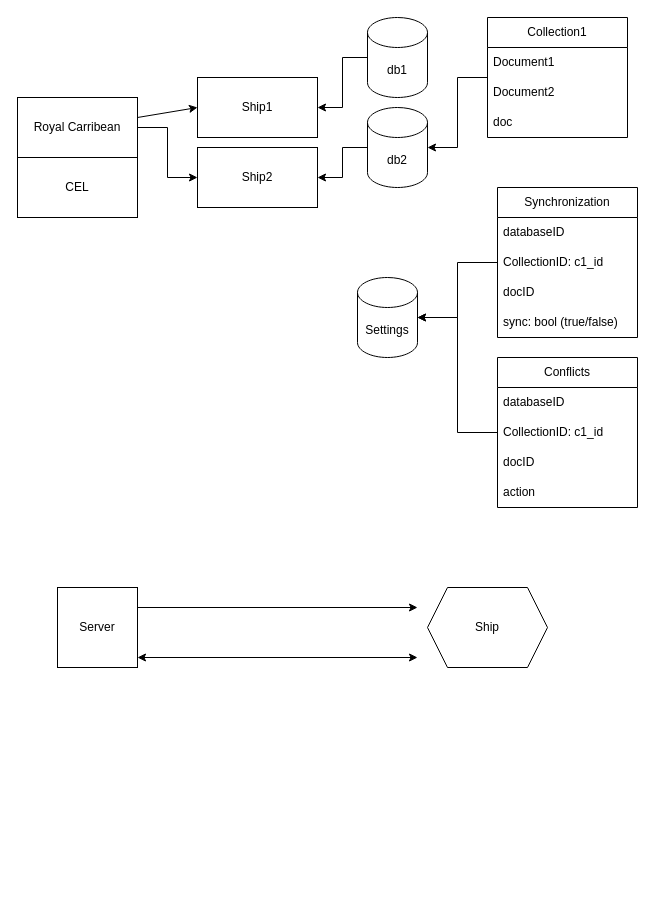
Above: Sync.drawio in ngis-code/televolution_Backend (draw.io), before the change. Source tidied: cells renumbered, new cells numbered last; positions are measured from the earlier drawing's top-left corner, leaving out a move shared by most shapes. Both pictures are drawn from the tidied source at 100%, with x=0, y=0 at pixel (17, 17).
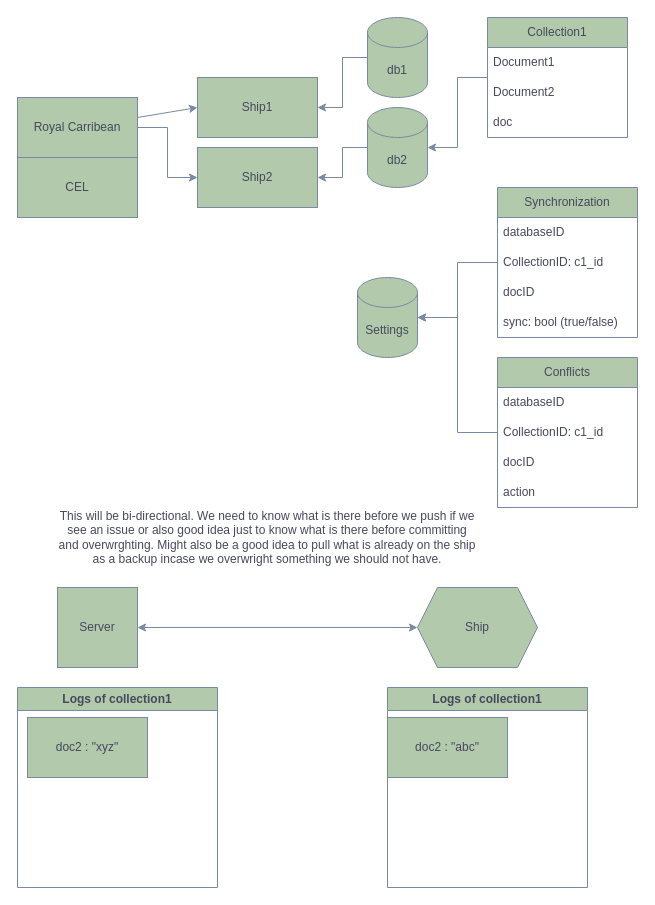
Above is the later version.

Change to the diagram source:
```diff
@@
-    <mxCell id="2" style="edgeStyle=orthogonalEdgeStyle;rounded=0;jettySize=auto;html=1;" parent="1" edge="1" source="3" target="6">
+    <mxCell id="2" style="edgeStyle=orthogonalEdgeStyle;rounded=0;jettySize=auto;html=1;labelBackgroundColor=none;strokeColor=#788AA3;fontColor=default;" parent="1" edge="1" source="3" target="6">
       <mxGeometry relative="1" as="geometry" />
     </mxCell>
-    <mxCell id="3" value="Royal Carribean" style="rounded=0;whiteSpace=wrap;html=1;" parent="1" vertex="1">
+    <mxCell id="3" value="Royal Carribean" style="rounded=0;whiteSpace=wrap;html=1;labelBackgroundColor=none;fillColor=#B2C9AB;strokeColor=#788AA3;fontColor=#46495D;" parent="1" vertex="1">
       <mxGeometry y="80" width="120" height="60" as="geometry" />
     </mxCell>
-    <mxCell id="4" value="CEL" style="rounded=0;whiteSpace=wrap;html=1;" parent="1" vertex="1">
+    <mxCell id="4" value="CEL" style="rounded=0;whiteSpace=wrap;html=1;labelBackgroundColor=none;fillColor=#B2C9AB;strokeColor=#788AA3;fontColor=#46495D;" parent="1" vertex="1">
       <mxGeometry y="140" width="120" height="60" as="geometry" />
     </mxCell>
-    <mxCell id="5" value="Ship1" style="rounded=0;whiteSpace=wrap;html=1;" parent="1" vertex="1">
+    <mxCell id="5" value="Ship1" style="rounded=0;whiteSpace=wrap;html=1;labelBackgroundColor=none;fillColor=#B2C9AB;strokeColor=#788AA3;fontColor=#46495D;" parent="1" vertex="1">
       <mxGeometry x="180" y="60" width="120" height="60" as="geometry" />
     </mxCell>
-    <mxCell id="6" value="Ship2" style="rounded=0;whiteSpace=wrap;html=1;" parent="1" vertex="1">
+    <mxCell id="6" value="Ship2" style="rounded=0;whiteSpace=wrap;html=1;labelBackgroundColor=none;fillColor=#B2C9AB;strokeColor=#788AA3;fontColor=#46495D;" parent="1" vertex="1">
       <mxGeometry x="180" y="130" width="120" height="60" as="geometry" />
     </mxCell>
-    <mxCell id="7" style="endArrow=classic;html=1;rounded=0;entryX=0;entryY=0.5;entryDx=0;entryDy=0;" parent="1" edge="1" source="3" target="5">
+    <mxCell id="7" style="endArrow=classic;html=1;rounded=0;entryX=0;entryY=0.5;entryDx=0;entryDy=0;labelBackgroundColor=none;strokeColor=#788AA3;fontColor=default;" parent="1" edge="1" source="3" target="5">
       <mxGeometry relative="1" as="geometry" />
     </mxCell>
-    <mxCell id="8" style="edgeStyle=orthogonalEdgeStyle;rounded=0;jettySize=auto;html=1;" parent="1" edge="1" source="9" target="5">
+    <mxCell id="8" style="edgeStyle=orthogonalEdgeStyle;rounded=0;jettySize=auto;html=1;labelBackgroundColor=none;strokeColor=#788AA3;fontColor=default;" parent="1" edge="1" source="9" target="5">
       <mxGeometry relative="1" as="geometry" />
     </mxCell>
-    <mxCell id="9" value="db1" style="shape=cylinder3;whiteSpace=wrap;html=1;boundedLbl=1;backgroundOutline=1;size=15;" parent="1" vertex="1">
+    <mxCell id="9" value="db1" style="shape=cylinder3;whiteSpace=wrap;html=1;boundedLbl=1;backgroundOutline=1;size=15;labelBackgroundColor=none;fillColor=#B2C9AB;strokeColor=#788AA3;fontColor=#46495D;" parent="1" vertex="1">
       <mxGeometry x="350" width="60" height="80" as="geometry" />
     </mxCell>
-    <mxCell id="10" style="edgeStyle=orthogonalEdgeStyle;rounded=0;jettySize=auto;html=1;" parent="1" edge="1" source="11" target="6">
+    <mxCell id="10" style="edgeStyle=orthogonalEdgeStyle;rounded=0;jettySize=auto;html=1;labelBackgroundColor=none;strokeColor=#788AA3;fontColor=default;" parent="1" edge="1" source="11" target="6">
       <mxGeometry relative="1" as="geometry" />
     </mxCell>
-    <mxCell id="11" value="db2" style="shape=cylinder3;whiteSpace=wrap;html=1;boundedLbl=1;backgroundOutline=1;size=15;" parent="1" vertex="1">
+    <mxCell id="11" value="db2" style="shape=cylinder3;whiteSpace=wrap;html=1;boundedLbl=1;backgroundOutline=1;size=15;labelBackgroundColor=none;fillColor=#B2C9AB;strokeColor=#788AA3;fontColor=#46495D;" parent="1" vertex="1">
       <mxGeometry x="350" y="90" width="60" height="80" as="geometry" />
     </mxCell>
-    <mxCell id="12" style="edgeStyle=orthogonalEdgeStyle;rounded=0;jettySize=auto;html=1;" parent="1" edge="1" source="13" target="11">
+    <mxCell id="12" style="edgeStyle=orthogonalEdgeStyle;rounded=0;jettySize=auto;html=1;labelBackgroundColor=none;strokeColor=#788AA3;fontColor=default;" parent="1" edge="1" source="13" target="11">
       <mxGeometry relative="1" as="geometry" />
     </mxCell>
-    <mxCell id="13" value="Collection1" style="swimlane;fontStyle=0;horizontal=1;startSize=30;whiteSpace=wrap;html=1;" parent="1" vertex="1">
+    <mxCell id="13" value="Collection1" style="swimlane;fontStyle=0;horizontal=1;startSize=30;whiteSpace=wrap;html=1;labelBackgroundColor=none;fillColor=#B2C9AB;strokeColor=#788AA3;fontColor=#46495D;" parent="1" vertex="1">
       <mxGeometry x="470" width="140" height="120" as="geometry" />
     </mxCell>
-    <mxCell id="14" value="Document1" style="text;strokeColor=none;fillColor=none;align=left;verticalAlign=middle;spacingLeft=4;spacingRight=4;overflow=hidden;whiteSpace=wrap;html=1;" parent="13" vertex="1">
+    <mxCell id="14" value="Document1" style="text;strokeColor=none;fillColor=none;align=left;verticalAlign=middle;spacingLeft=4;spacingRight=4;overflow=hidden;whiteSpace=wrap;html=1;labelBackgroundColor=none;fontColor=#46495D;" parent="13" vertex="1">
       <mxGeometry y="30" width="140" height="30" as="geometry" />
     </mxCell>
-    <mxCell id="15" value="Document2" style="text;strokeColor=none;fillColor=none;align=left;verticalAlign=middle;spacingLeft=4;spacingRight=4;overflow=hidden;whiteSpace=wrap;html=1;" parent="13" vertex="1">
+    <mxCell id="15" value="Document2" style="text;strokeColor=none;fillColor=none;align=left;verticalAlign=middle;spacingLeft=4;spacingRight=4;overflow=hidden;whiteSpace=wrap;html=1;labelBackgroundColor=none;fontColor=#46495D;" parent="13" vertex="1">
       <mxGeometry y="60" width="140" height="30" as="geometry" />
     </mxCell>
-    <mxCell id="16" value="doc" style="text;strokeColor=none;fillColor=none;align=left;verticalAlign=middle;spacingLeft=4;spacingRight=4;overflow=hidden;whiteSpace=wrap;html=1;" parent="13" vertex="1">
+    <mxCell id="16" value="doc" style="text;strokeColor=none;fillColor=none;align=left;verticalAlign=middle;spacingLeft=4;spacingRight=4;overflow=hidden;whiteSpace=wrap;html=1;labelBackgroundColor=none;fontColor=#46495D;" parent="13" vertex="1">
       <mxGeometry y="90" width="140" height="30" as="geometry" />
     </mxCell>
-    <mxCell id="17" style="endArrow=classic;html=1;rounded=0;" parent="1" edge="1">
-      <mxGeometry relative="1" as="geometry">
-        <mxPoint x="120" y="590" as="sourcePoint" />
-        <mxPoint x="400" y="590" as="targetPoint" />
-      </mxGeometry>
-    </mxCell>
-    <mxCell id="18" style="endArrow=classic;startArrow=classic;html=1;rounded=0;" parent="1" edge="1">
-      <mxGeometry relative="1" as="geometry">
-        <mxPoint x="120" y="640" as="sourcePoint" />
-        <mxPoint x="400" y="640" as="targetPoint" />
-      </mxGeometry>
-    </mxCell>
-    <mxCell id="19" value="Server" style="whiteSpace=wrap;html=1;" parent="1" vertex="1">
+    <mxCell id="19" value="Server" style="whiteSpace=wrap;html=1;labelBackgroundColor=none;fillColor=#B2C9AB;strokeColor=#788AA3;fontColor=#46495D;" parent="1" vertex="1">
       <mxGeometry x="40" y="570" width="80" height="80" as="geometry" />
     </mxCell>
-    <mxCell id="20" value="Ship" style="shape=hexagon;perimeter=hexagonPerimeter2;whiteSpace=wrap;html=1;fixedSize=1;" parent="1" vertex="1">
-      <mxGeometry x="410" y="570" width="120" height="80" as="geometry" />
+    <mxCell id="20" value="Ship" style="shape=hexagon;perimeter=hexagonPerimeter2;whiteSpace=wrap;html=1;fixedSize=1;labelBackgroundColor=none;fillColor=#B2C9AB;strokeColor=#788AA3;fontColor=#46495D;" parent="1" vertex="1">
+      <mxGeometry x="400" y="570" width="120" height="80" as="geometry" />
     </mxCell>
-    <mxCell id="21" value="Settings" style="shape=cylinder3;whiteSpace=wrap;html=1;boundedLbl=1;backgroundOutline=1;size=15;" parent="1" vertex="1">
+    <mxCell id="21" value="Settings" style="shape=cylinder3;whiteSpace=wrap;html=1;boundedLbl=1;backgroundOutline=1;size=15;labelBackgroundColor=none;fillColor=#B2C9AB;strokeColor=#788AA3;fontColor=#46495D;" parent="1" vertex="1">
       <mxGeometry x="340" y="260" width="60" height="80" as="geometry" />
     </mxCell>
-    <mxCell id="22" style="edgeStyle=orthogonalEdgeStyle;rounded=0;jettySize=auto;html=1;" parent="1" edge="1" source="23" target="21">
+    <mxCell id="22" style="edgeStyle=orthogonalEdgeStyle;rounded=0;jettySize=auto;html=1;labelBackgroundColor=none;strokeColor=#788AA3;fontColor=default;" parent="1" edge="1" source="23" target="21">
       <mxGeometry relative="1" as="geometry" />
     </mxCell>
-    <mxCell id="23" value="Synchronization" style="swimlane;fontStyle=0;horizontal=1;startSize=30;whiteSpace=wrap;html=1;" parent="1" vertex="1">
+    <mxCell id="23" value="Synchronization" style="swimlane;fontStyle=0;horizontal=1;startSize=30;whiteSpace=wrap;html=1;labelBackgroundColor=none;fillColor=#B2C9AB;strokeColor=#788AA3;fontColor=#46495D;" parent="1" vertex="1">
       <mxGeometry x="480" y="170" width="140" height="150" as="geometry" />
     </mxCell>
-    <mxCell id="24" value="databaseID" style="text;strokeColor=none;fillColor=none;align=left;verticalAlign=middle;spacingLeft=4;spacingRight=4;overflow=hidden;whiteSpace=wrap;html=1;" parent="23" vertex="1">
+    <mxCell id="24" value="databaseID" style="text;strokeColor=none;fillColor=none;align=left;verticalAlign=middle;spacingLeft=4;spacingRight=4;overflow=hidden;whiteSpace=wrap;html=1;labelBackgroundColor=none;fontColor=#46495D;" parent="23" vertex="1">
       <mxGeometry y="30" width="140" height="30" as="geometry" />
     </mxCell>
-    <mxCell id="25" value="CollectionID: c1_id" style="text;strokeColor=none;fillColor=none;align=left;verticalAlign=middle;spacingLeft=4;spacingRight=4;overflow=hidden;whiteSpace=wrap;html=1;" parent="23" vertex="1">
+    <mxCell id="25" value="CollectionID: c1_id" style="text;strokeColor=none;fillColor=none;align=left;verticalAlign=middle;spacingLeft=4;spacingRight=4;overflow=hidden;whiteSpace=wrap;html=1;labelBackgroundColor=none;fontColor=#46495D;" parent="23" vertex="1">
       <mxGeometry y="60" width="140" height="30" as="geometry" />
     </mxCell>
-    <mxCell id="26" value="docID" style="text;strokeColor=none;fillColor=none;align=left;verticalAlign=middle;spacingLeft=4;spacingRight=4;overflow=hidden;whiteSpace=wrap;html=1;" parent="23" vertex="1">
+    <mxCell id="26" value="docID" style="text;strokeColor=none;fillColor=none;align=left;verticalAlign=middle;spacingLeft=4;spacingRight=4;overflow=hidden;whiteSpace=wrap;html=1;labelBackgroundColor=none;fontColor=#46495D;" parent="23" vertex="1">
       <mxGeometry y="90" width="140" height="30" as="geometry" />
     </mxCell>
-    <mxCell id="27" value="sync: bool (true/false)" style="text;strokeColor=none;fillColor=none;align=left;verticalAlign=middle;spacingLeft=4;spacingRight=4;overflow=hidden;whiteSpace=wrap;html=1;" parent="23" vertex="1">
+    <mxCell id="27" value="sync: bool (true/false)" style="text;strokeColor=none;fillColor=none;align=left;verticalAlign=middle;spacingLeft=4;spacingRight=4;overflow=hidden;whiteSpace=wrap;html=1;labelBackgroundColor=none;fontColor=#46495D;" parent="23" vertex="1">
       <mxGeometry y="120" width="140" height="30" as="geometry" />
     </mxCell>
-    <mxCell id="28" value="Conflicts" style="swimlane;fontStyle=0;horizontal=1;startSize=30;whiteSpace=wrap;html=1;" parent="1" vertex="1">
+    <mxCell id="28" value="Conflicts" style="swimlane;fontStyle=0;horizontal=1;startSize=30;whiteSpace=wrap;html=1;labelBackgroundColor=none;fillColor=#B2C9AB;strokeColor=#788AA3;fontColor=#46495D;" parent="1" vertex="1">
       <mxGeometry x="480" y="340" width="140" height="150" as="geometry" />
     </mxCell>
-    <mxCell id="29" value="databaseID" style="text;strokeColor=none;fillColor=none;align=left;verticalAlign=middle;spacingLeft=4;spacingRight=4;overflow=hidden;whiteSpace=wrap;html=1;" parent="28" vertex="1">
+    <mxCell id="29" value="databaseID" style="text;strokeColor=none;fillColor=none;align=left;verticalAlign=middle;spacingLeft=4;spacingRight=4;overflow=hidden;whiteSpace=wrap;html=1;labelBackgroundColor=none;fontColor=#46495D;" parent="28" vertex="1">
       <mxGeometry y="30" width="140" height="30" as="geometry" />
     </mxCell>
-    <mxCell id="30" value="CollectionID: c1_id" style="text;strokeColor=none;fillColor=none;align=left;verticalAlign=middle;spacingLeft=4;spacingRight=4;overflow=hidden;whiteSpace=wrap;html=1;" parent="28" vertex="1">
+    <mxCell id="30" value="CollectionID: c1_id" style="text;strokeColor=none;fillColor=none;align=left;verticalAlign=middle;spacingLeft=4;spacingRight=4;overflow=hidden;whiteSpace=wrap;html=1;labelBackgroundColor=none;fontColor=#46495D;" parent="28" vertex="1">
       <mxGeometry y="60" width="140" height="30" as="geometry" />
     </mxCell>
-    <mxCell id="31" value="docID" style="text;strokeColor=none;fillColor=none;align=left;verticalAlign=middle;spacingLeft=4;spacingRight=4;overflow=hidden;whiteSpace=wrap;html=1;" parent="28" vertex="1">
+    <mxCell id="31" value="docID" style="text;strokeColor=none;fillColor=none;align=left;verticalAlign=middle;spacingLeft=4;spacingRight=4;overflow=hidden;whiteSpace=wrap;html=1;labelBackgroundColor=none;fontColor=#46495D;" parent="28" vertex="1">
       <mxGeometry y="90" width="140" height="30" as="geometry" />
     </mxCell>
-    <mxCell id="32" value="action" style="text;strokeColor=none;fillColor=none;align=left;verticalAlign=middle;spacingLeft=4;spacingRight=4;overflow=hidden;whiteSpace=wrap;html=1;" parent="28" vertex="1">
+    <mxCell id="32" value="action" style="text;strokeColor=none;fillColor=none;align=left;verticalAlign=middle;spacingLeft=4;spacingRight=4;overflow=hidden;whiteSpace=wrap;html=1;labelBackgroundColor=none;fontColor=#46495D;" parent="28" vertex="1">
       <mxGeometry y="120" width="140" height="30" as="geometry" />
     </mxCell>
-    <mxCell id="33" style="edgeStyle=orthogonalEdgeStyle;rounded=0;jettySize=auto;html=1;entryX=1;entryY=0.5;entryDx=0;entryDy=0;entryPerimeter=0;" parent="1" edge="1" source="28" target="21">
+    <mxCell id="33" style="edgeStyle=orthogonalEdgeStyle;rounded=0;jettySize=auto;html=1;entryX=1;entryY=0.5;entryDx=0;entryDy=0;entryPerimeter=0;labelBackgroundColor=none;strokeColor=#788AA3;fontColor=default;" parent="1" edge="1" source="28" target="21">
       <mxGeometry relative="1" as="geometry" />
     </mxCell>
+    <mxCell id="34" value="Logs of collection1" style="swimlane;whiteSpace=wrap;html=1;startSize=23;labelBackgroundColor=none;fillColor=#B2C9AB;strokeColor=#788AA3;fontColor=#46495D;" parent="1" vertex="1">
+      <mxGeometry y="670" width="200" height="200" as="geometry" />
+    </mxCell>
+    <mxCell id="35" value="doc2 : &quot;xyz&quot;" style="whiteSpace=wrap;html=1;labelBackgroundColor=none;fillColor=#B2C9AB;strokeColor=#788AA3;fontColor=#46495D;" parent="34" vertex="1">
+      <mxGeometry x="10" y="30" width="120" height="60" as="geometry" />
+    </mxCell>
+    <mxCell id="36" value="Logs of collection1" style="swimlane;whiteSpace=wrap;html=1;startSize=23;labelBackgroundColor=none;fillColor=#B2C9AB;strokeColor=#788AA3;fontColor=#46495D;" parent="1" vertex="1">
+      <mxGeometry x="370" y="670" width="200" height="200" as="geometry" />
+    </mxCell>
+    <mxCell id="37" value="doc2 : &quot;abc&quot;" style="whiteSpace=wrap;html=1;labelBackgroundColor=none;fillColor=#B2C9AB;strokeColor=#788AA3;fontColor=#46495D;" parent="36" vertex="1">
+      <mxGeometry y="30" width="120" height="60" as="geometry" />
+    </mxCell>
+    <mxCell id="38" value="This will be bi-directional. We need to know what is there before we push if we see an issue or also good idea just to know what is there before committing and overwrghting. Might also be a good idea to pull what is already on the ship as a backup incase we overwright something we should not have." style="text;html=1;align=center;verticalAlign=middle;whiteSpace=wrap;rounded=0;fontColor=#46495D;" parent="1" vertex="1">
+      <mxGeometry x="40" y="470" width="420" height="100" as="geometry" />
+    </mxCell>
+    <mxCell id="39" style="endArrow=classic;startArrow=classic;html=1;rounded=0;strokeColor=#788AA3;fontColor=#46495D;fillColor=#B2C9AB;exitX=1;exitY=0.5;exitDx=0;exitDy=0;" parent="1" edge="1" source="19" target="20">
+      <mxGeometry relative="1" as="geometry" />
+    </mxCell>
```
